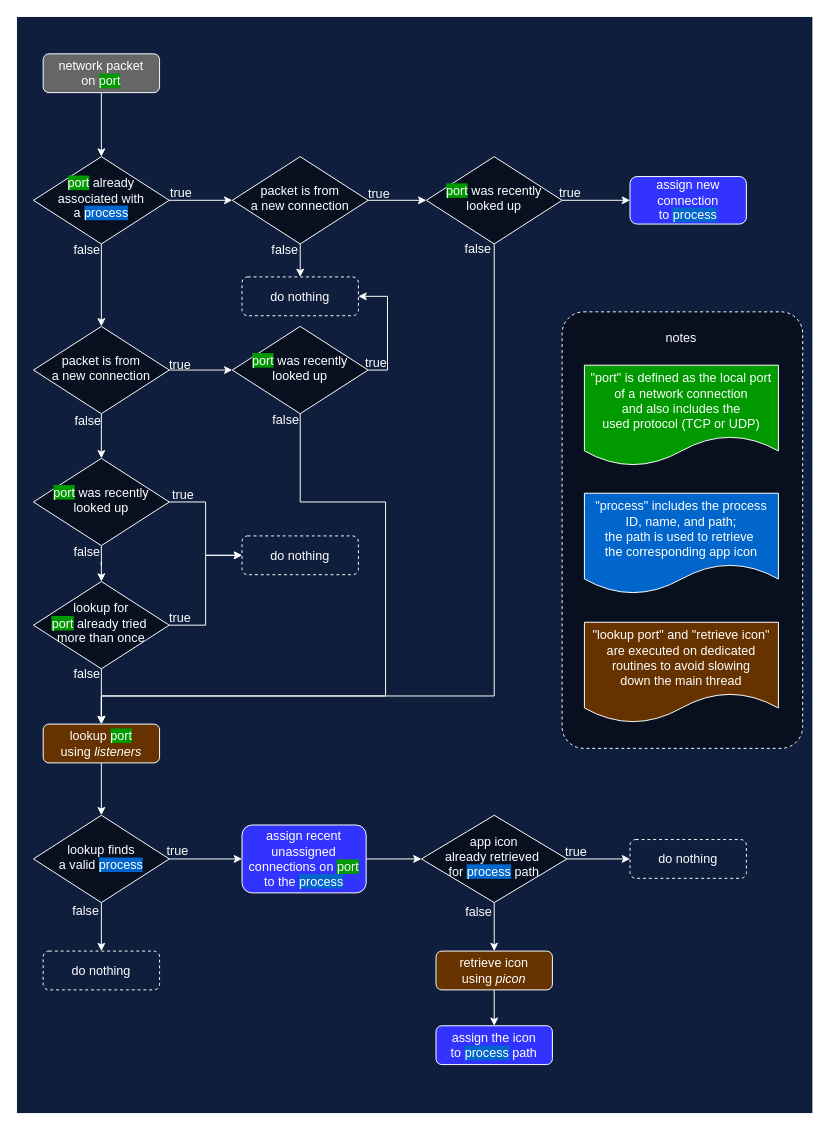
Before: resources/diagrams/process_identification.drawio in GyulyVGC/sniffnet, a draw.io diagram. Source tidied: cells renumbered, new cells numbered last; positions are measured from the earlier drawing's top-left corner, leaving out a move shared by most shapes. Both pictures are drawn from the tidied source at 97%, with x=0, y=0 at pixel (16, 16).
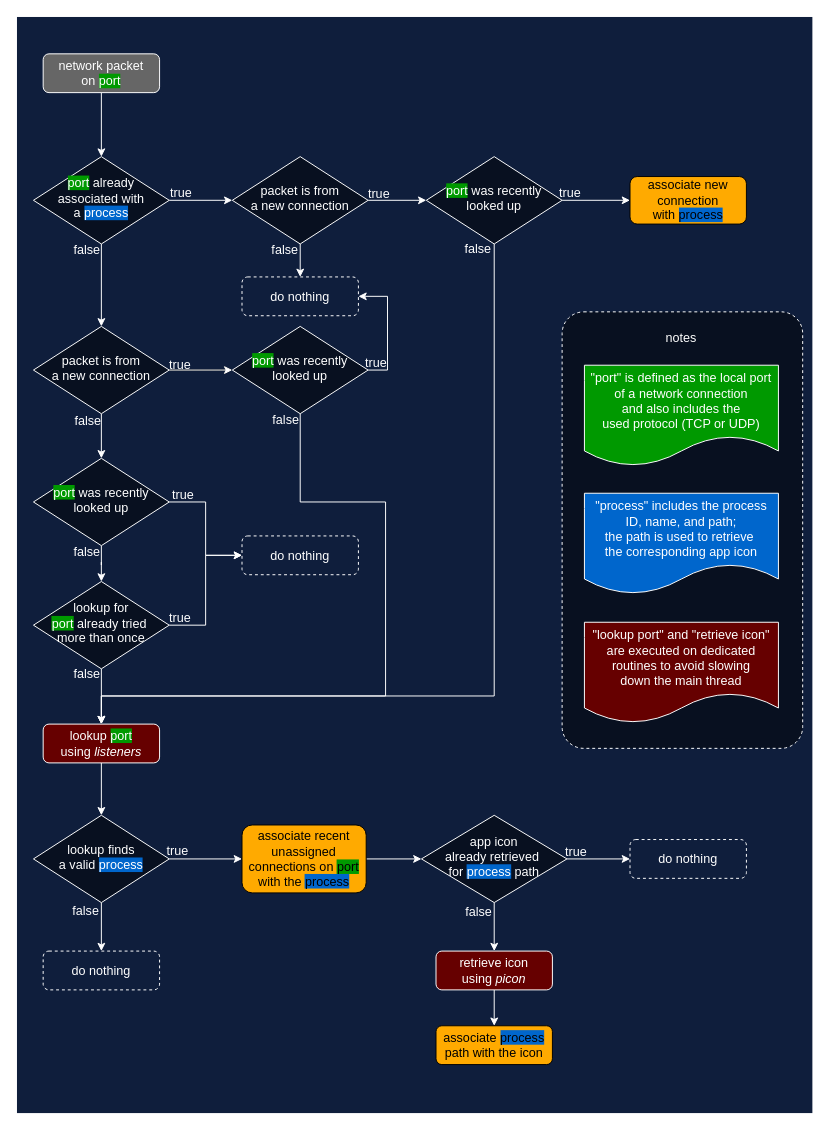
The same page after the edit.

Commit message (it also covers changes not shown here):
update process identification diagram

The edit, as a diff of the source:
```diff
@@
-    <mxCell id="7" value="lookup&amp;nbsp;&lt;span style=&quot;background-color: rgb(0, 153, 0);&quot;&gt;port&lt;/span&gt;&lt;div&gt;&lt;span&gt;using &lt;i&gt;listeners&lt;/i&gt;&lt;/span&gt;&lt;/div&gt;" style="rounded=1;whiteSpace=wrap;html=1;fontSize=13;glass=0;strokeWidth=1;shadow=0;fillColor=#663300;fontColor=#FFFFFF;strokeColor=#FFFFFF;" parent="1" vertex="1">
+    <mxCell id="7" value="lookup&amp;nbsp;&lt;span style=&quot;background-color: rgb(0, 153, 0);&quot;&gt;port&lt;/span&gt;&lt;div&gt;&lt;span&gt;using &lt;i&gt;listeners&lt;/i&gt;&lt;/span&gt;&lt;/div&gt;" style="rounded=1;whiteSpace=wrap;html=1;fontSize=13;glass=0;strokeWidth=1;shadow=0;fillColor=#660000;fontColor=#FFFFFF;strokeColor=#FFFFFF;" parent="1" vertex="1">
       <mxGeometry x="27" y="729" width="120" height="40" as="geometry" />
     </mxCell>
@@
-    <mxCell id="14" value="&lt;font style=&quot;color: rgb(255, 255, 255);&quot;&gt;assign&amp;nbsp;&lt;span style=&quot;background-color: transparent;&quot;&gt;recent unassigned&lt;/span&gt;&lt;/font&gt;&lt;div&gt;&lt;font style=&quot;color: rgb(255, 255, 255);&quot;&gt;&lt;span style=&quot;background-color: transparent;&quot;&gt;connections on&amp;nbsp;&lt;/span&gt;&lt;span style=&quot;background-color: rgb(0, 153, 0);&quot;&gt;port&lt;/span&gt;&lt;/font&gt;&lt;div&gt;&lt;div&gt;&lt;font style=&quot;color: rgb(255, 255, 255);&quot;&gt;to the&amp;nbsp;&lt;span style=&quot;background-color: rgb(0, 102, 204);&quot;&gt;process&lt;/span&gt;&lt;/font&gt;&lt;/div&gt;&lt;/div&gt;&lt;/div&gt;" style="rounded=1;whiteSpace=wrap;html=1;fontSize=13;glass=0;strokeWidth=1;shadow=0;fillColor=#3333FF;fontColor=#FFFFFF;strokeColor=#FFFFFF;" parent="1" vertex="1">
+    <mxCell id="14" value="&lt;font style=&quot;color: rgb(0, 0, 0);&quot;&gt;associate&amp;nbsp;&lt;span style=&quot;background-color: transparent;&quot;&gt;recent unassigned&lt;/span&gt;&lt;/font&gt;&lt;div&gt;&lt;font style=&quot;color: rgb(0, 0, 0);&quot;&gt;&lt;span style=&quot;background-color: transparent;&quot;&gt;connections on&amp;nbsp;&lt;/span&gt;&lt;span style=&quot;background-color: rgb(0, 153, 0);&quot;&gt;port&lt;/span&gt;&lt;/font&gt;&lt;div&gt;&lt;div&gt;&lt;font style=&quot;color: rgb(0, 0, 0);&quot;&gt;with the&amp;nbsp;&lt;span style=&quot;background-color: rgb(0, 102, 204);&quot;&gt;process&lt;/span&gt;&lt;/font&gt;&lt;/div&gt;&lt;/div&gt;&lt;/div&gt;" style="rounded=1;whiteSpace=wrap;html=1;fontSize=13;glass=0;strokeWidth=1;shadow=0;fillColor=#FFAA00;fontColor=#FFFFFF;strokeColor=#000000;" parent="1" vertex="1">
       <mxGeometry x="232" y="833" width="128" height="70" as="geometry" />
     </mxCell>
@@
-    <mxCell id="22" value="retrieve icon&lt;div&gt;using &lt;i&gt;picon&lt;/i&gt;&lt;/div&gt;" style="rounded=1;whiteSpace=wrap;html=1;fontSize=13;glass=0;strokeWidth=1;shadow=0;fillColor=#663300;fontColor=#FFFFFF;strokeColor=#FFFFFF;" parent="1" vertex="1">
+    <mxCell id="22" value="retrieve icon&lt;div&gt;using &lt;i&gt;picon&lt;/i&gt;&lt;/div&gt;" style="rounded=1;whiteSpace=wrap;html=1;fontSize=13;glass=0;strokeWidth=1;shadow=0;fillColor=#660000;fontColor=#FFFFFF;strokeColor=#FFFFFF;" parent="1" vertex="1">
       <mxGeometry x="432" y="963" width="120" height="40" as="geometry" />
     </mxCell>
@@
-    <mxCell id="38" value="assign new connection&lt;div&gt;to&amp;nbsp;&lt;span style=&quot;background-color: rgb(0, 102, 204);&quot;&gt;process&lt;/span&gt;&lt;/div&gt;" style="rounded=1;whiteSpace=wrap;html=1;fontSize=13;glass=0;strokeWidth=1;shadow=0;fillColor=#3333FF;fontColor=#FFFFFF;strokeColor=#FFFFFF;" parent="1" vertex="1">
+    <mxCell id="38" value="&lt;font style=&quot;color: rgb(0, 0, 0);&quot;&gt;associate new connection&lt;/font&gt;&lt;div&gt;&lt;font style=&quot;color: rgb(0, 0, 0);&quot;&gt;with&amp;nbsp;&lt;span style=&quot;background-color: rgb(0, 102, 204);&quot;&gt;process&lt;/span&gt;&lt;/font&gt;&lt;/div&gt;" style="rounded=1;whiteSpace=wrap;html=1;fontSize=13;glass=0;strokeWidth=1;shadow=0;fillColor=#FFAA00;fontColor=#FFFFFF;strokeColor=#000000;" parent="1" vertex="1">
       <mxGeometry x="632" y="164.5" width="120" height="49" as="geometry" />
     </mxCell>
@@
-    <mxCell id="53" value="assign the icon&lt;div&gt;to&amp;nbsp;&lt;span style=&quot;background-color: rgb(0, 102, 204);&quot;&gt;process&lt;/span&gt;&lt;span&gt; path&lt;/span&gt;&lt;/div&gt;" style="rounded=1;whiteSpace=wrap;html=1;fontSize=13;glass=0;strokeWidth=1;shadow=0;fillColor=#3333FF;fontColor=#FFFFFF;strokeColor=#FFFFFF;" parent="1" vertex="1">
+    <mxCell id="53" value="&lt;font style=&quot;color: rgb(0, 0, 0);&quot;&gt;associate&amp;nbsp;&lt;span style=&quot;background-color: rgb(0, 102, 204);&quot;&gt;process&lt;/span&gt;&lt;/font&gt;&lt;div&gt;&lt;span style=&quot;background-color: transparent;&quot;&gt;&lt;font style=&quot;color: rgb(0, 0, 0);&quot;&gt;path with the icon&lt;/font&gt;&lt;/span&gt;&lt;/div&gt;" style="rounded=1;whiteSpace=wrap;html=1;fontSize=13;glass=0;strokeWidth=1;shadow=0;fillColor=#FFAA00;fontColor=#FFFFFF;strokeColor=#000000;" parent="1" vertex="1">
       <mxGeometry x="432" y="1040" width="120" height="40" as="geometry" />
     </mxCell>
@@
-    <mxCell id="56" value="&quot;lookup port&quot; and &quot;retrieve icon&quot;&lt;div&gt;are executed on dedicated&lt;/div&gt;&lt;div&gt;routines to avoid slowing&lt;/div&gt;&lt;div&gt;down the main thread&lt;/div&gt;" style="shape=document;whiteSpace=wrap;html=1;boundedLbl=1;rounded=1;fillColor=#663300;fontSize=13;fontColor=#FFFFFF;strokeColor=#FFFFFF;" parent="1" vertex="1">
+    <mxCell id="56" value="&quot;lookup port&quot; and &quot;retrieve icon&quot;&lt;div&gt;are executed on dedicated&lt;/div&gt;&lt;div&gt;routines to avoid slowing&lt;/div&gt;&lt;div&gt;down the main thread&lt;/div&gt;" style="shape=document;whiteSpace=wrap;html=1;boundedLbl=1;rounded=1;fillColor=#660000;fontSize=13;fontColor=#FFFFFF;strokeColor=#FFFFFF;" parent="1" vertex="1">
       <mxGeometry x="585" y="624" width="200" height="104" as="geometry" />
     </mxCell>
```
